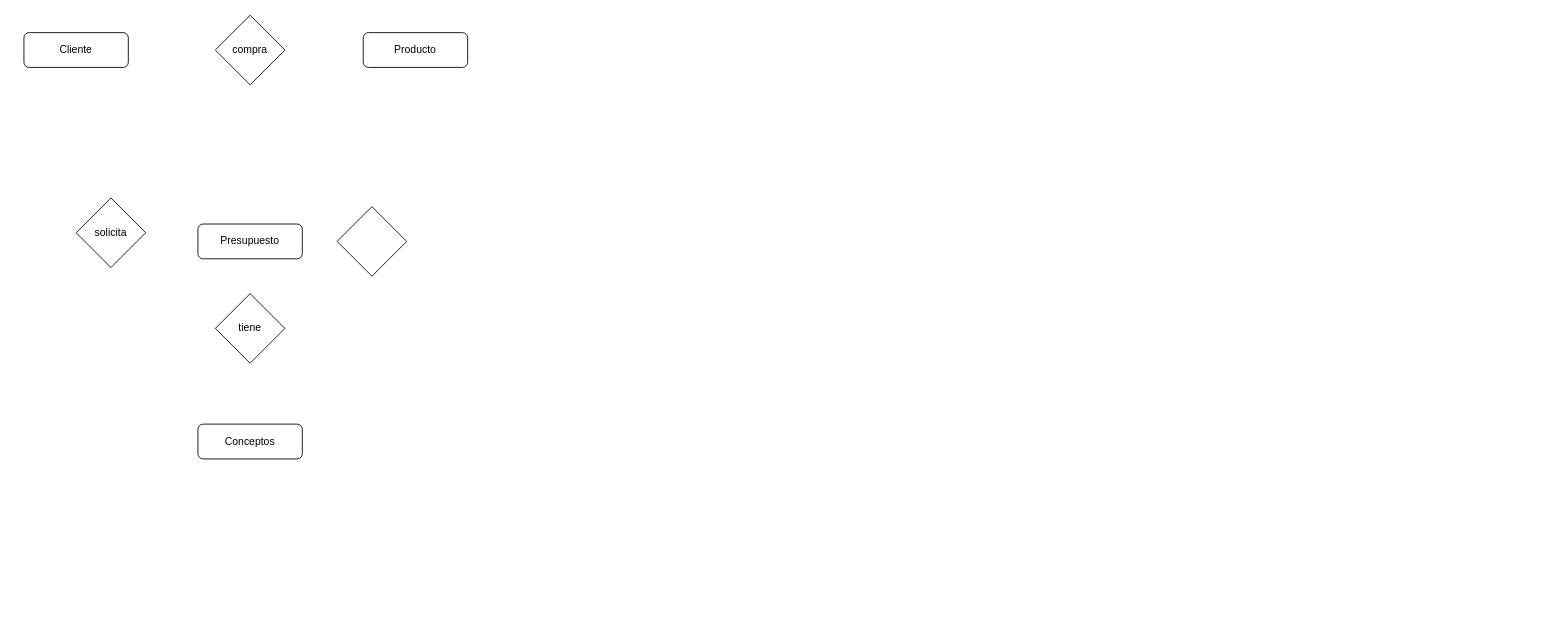
Earlier version of the draw.io diagram Estudio_fotografico(ER).drawio (IvanDanielCaballero/Estudio_fotografico). Source tidied: cells renumbered, new cells numbered last; positions are measured from the earlier drawing's top-left corner, leaving out a move shared by most shapes. Both pictures are drawn from the tidied source at 87%, with x=0, y=0 at pixel (23, 15).
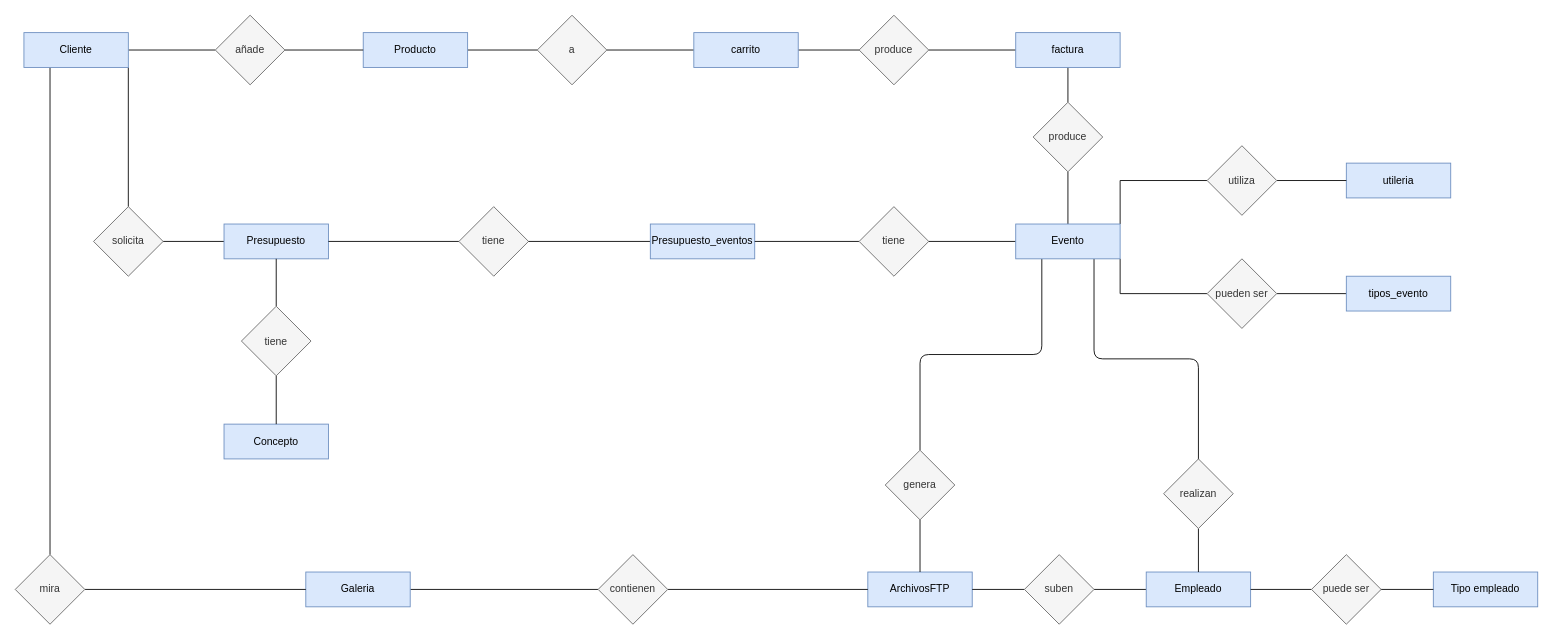
After the change.

The edit, as a diff of the source:
```diff
@@
+    <mxCell id="10" style="edgeStyle=orthogonalEdgeStyle;rounded=0;jettySize=auto;html=1;exitX=1;exitY=0.5;exitDx=0;exitDy=0;entryX=0;entryY=0.5;entryDx=0;entryDy=0;endArrow=none;endFill=0;" parent="1" edge="1" source="2" target="6">
+      <mxGeometry relative="1" as="geometry" />
+    </mxCell>
+    <mxCell id="11" style="edgeStyle=orthogonalEdgeStyle;rounded=0;jettySize=auto;html=1;exitX=1;exitY=1;exitDx=0;exitDy=0;entryX=0.5;entryY=0;entryDx=0;entryDy=0;endArrow=none;endFill=0;" parent="1" edge="1" source="2" target="7">
+      <mxGeometry relative="1" as="geometry" />
+    </mxCell>
+    <mxCell id="12" style="edgeStyle=orthogonalEdgeStyle;jettySize=auto;html=1;exitX=0.25;exitY=1;exitDx=0;exitDy=0;entryX=0.5;entryY=0;entryDx=0;entryDy=0;endArrow=none;endFill=0;" parent="1" edge="1" source="2" target="48">
+      <mxGeometry relative="1" as="geometry" />
+    </mxCell>
-    <mxCell id="2" value="Cliente" style="rounded=1;whiteSpace=wrap;html=1;fontSize=12;glass=0;strokeWidth=1;shadow=0;" parent="1" vertex="1">
+    <mxCell id="2" value="Cliente" style="rounded=0;whiteSpace=wrap;html=1;fontSize=12;glass=0;strokeWidth=1;shadow=0;fillColor=#dae8fc;strokeColor=#6c8ebf;" parent="1" vertex="1">
       <mxGeometry y="20" width="120" height="40" as="geometry" />
     </mxCell>
+    <mxCell id="13" style="edgeStyle=orthogonalEdgeStyle;rounded=0;jettySize=auto;html=1;exitX=1;exitY=0.5;exitDx=0;exitDy=0;entryX=0;entryY=0.5;entryDx=0;entryDy=0;endArrow=none;endFill=0;" parent="1" edge="1" source="3" target="20">
+      <mxGeometry relative="1" as="geometry" />
+    </mxCell>
-    <mxCell id="3" value="Producto" style="rounded=1;whiteSpace=wrap;html=1;fontSize=12;glass=0;strokeWidth=1;shadow=0;" parent="1" vertex="1">
+    <mxCell id="3" value="Producto" style="rounded=0;whiteSpace=wrap;html=1;fontSize=12;glass=0;strokeWidth=1;shadow=0;fillColor=#dae8fc;strokeColor=#6c8ebf;" parent="1" vertex="1">
       <mxGeometry x="390" y="20" width="120" height="40" as="geometry" />
     </mxCell>
-    <mxCell id="4" value="Conceptos" style="rounded=1;whiteSpace=wrap;html=1;fontSize=12;glass=0;strokeWidth=1;shadow=0;" parent="1" vertex="1">
-      <mxGeometry x="200" y="470" width="120" height="40" as="geometry" />
+    <mxCell id="4" value="Concepto" style="rounded=0;whiteSpace=wrap;html=1;fontSize=12;glass=0;strokeWidth=1;shadow=0;fillColor=#dae8fc;strokeColor=#6c8ebf;" parent="1" vertex="1">
+      <mxGeometry x="230" y="470" width="120" height="40" as="geometry" />
     </mxCell>
+    <mxCell id="14" style="edgeStyle=orthogonalEdgeStyle;rounded=0;jettySize=auto;html=1;exitX=0;exitY=0.5;exitDx=0;exitDy=0;entryX=1;entryY=0.5;entryDx=0;entryDy=0;endArrow=none;endFill=0;" parent="1" edge="1" source="5" target="7">
+      <mxGeometry relative="1" as="geometry" />
+    </mxCell>
-    <mxCell id="5" value="Presupuesto" style="rounded=1;whiteSpace=wrap;html=1;fontSize=12;glass=0;strokeWidth=1;shadow=0;" parent="1" vertex="1">
-      <mxGeometry x="200" y="240" width="120" height="40" as="geometry" />
+    <mxCell id="5" value="Presupuesto" style="rounded=0;whiteSpace=wrap;html=1;fontSize=12;glass=0;strokeWidth=1;shadow=0;fillColor=#dae8fc;strokeColor=#6c8ebf;" parent="1" vertex="1">
+      <mxGeometry x="230" y="240" width="120" height="40" as="geometry" />
     </mxCell>
+    <mxCell id="15" style="edgeStyle=orthogonalEdgeStyle;rounded=0;jettySize=auto;html=1;exitX=1;exitY=0.5;exitDx=0;exitDy=0;entryX=0;entryY=0.5;entryDx=0;entryDy=0;endArrow=none;endFill=0;" parent="1" edge="1" source="6" target="3">
+      <mxGeometry relative="1" as="geometry" />
+    </mxCell>
-    <mxCell id="6" value="compra" style="rhombus;whiteSpace=wrap;html=1;" parent="1" vertex="1">
+    <mxCell id="6" value="añade" style="rhombus;whiteSpace=wrap;html=1;rounded=0;fillColor=#f5f5f5;fontColor=#333333;strokeColor=#666666;" parent="1" vertex="1">
       <mxGeometry x="220" width="80" height="80" as="geometry" />
     </mxCell>
-    <mxCell id="7" value="solicita" style="rhombus;whiteSpace=wrap;html=1;" parent="1" vertex="1">
-      <mxGeometry x="60" y="210" width="80" height="80" as="geometry" />
+    <mxCell id="7" value="solicita" style="rhombus;whiteSpace=wrap;html=1;rounded=0;fillColor=#f5f5f5;fontColor=#333333;strokeColor=#666666;" parent="1" vertex="1">
+      <mxGeometry x="80" y="220" width="80" height="80" as="geometry" />
     </mxCell>
+    <mxCell id="16" style="edgeStyle=orthogonalEdgeStyle;rounded=0;jettySize=auto;html=1;exitX=0.5;exitY=1;exitDx=0;exitDy=0;entryX=0.5;entryY=0;entryDx=0;entryDy=0;endArrow=none;endFill=0;" parent="1" edge="1" source="8" target="4">
+      <mxGeometry relative="1" as="geometry" />
+    </mxCell>
+    <mxCell id="17" style="edgeStyle=orthogonalEdgeStyle;rounded=0;jettySize=auto;html=1;exitX=0.5;exitY=0;exitDx=0;exitDy=0;entryX=0.5;entryY=1;entryDx=0;entryDy=0;endArrow=none;endFill=0;" parent="1" edge="1" source="8" target="5">
+      <mxGeometry relative="1" as="geometry" />
+    </mxCell>
-    <mxCell id="8" value="tiene" style="rhombus;whiteSpace=wrap;html=1;" parent="1" vertex="1">
-      <mxGeometry x="220" y="320" width="80" height="80" as="geometry" />
+    <mxCell id="8" value="tiene" style="rhombus;whiteSpace=wrap;html=1;rounded=0;fillColor=#f5f5f5;fontColor=#333333;strokeColor=#666666;" parent="1" vertex="1">
+      <mxGeometry x="250" y="334.5" width="80" height="80" as="geometry" />
     </mxCell>
+    <mxCell id="18" style="edgeStyle=orthogonalEdgeStyle;rounded=0;jettySize=auto;html=1;exitX=0;exitY=0.5;exitDx=0;exitDy=0;entryX=1;entryY=0.5;entryDx=0;entryDy=0;endArrow=none;endFill=0;" parent="1" edge="1" source="9" target="5">
+      <mxGeometry relative="1" as="geometry" />
+    </mxCell>
-    <mxCell id="9" style="rhombus;whiteSpace=wrap;html=1;" parent="1" vertex="1">
-      <mxGeometry x="360" y="220" width="80" height="80" as="geometry" />
+    <mxCell id="9" value="tiene" style="rhombus;whiteSpace=wrap;html=1;rounded=0;fillColor=#f5f5f5;fontColor=#333333;strokeColor=#666666;" parent="1" vertex="1">
+      <mxGeometry x="500" y="220" width="80" height="80" as="geometry" />
     </mxCell>
+    <mxCell id="19" style="edgeStyle=orthogonalEdgeStyle;rounded=0;jettySize=auto;html=1;exitX=1;exitY=0.5;exitDx=0;exitDy=0;entryX=0;entryY=0.5;entryDx=0;entryDy=0;endArrow=none;endFill=0;" parent="1" edge="1" source="20" target="22">
+      <mxGeometry relative="1" as="geometry" />
+    </mxCell>
+    <mxCell id="20" value="&lt;div&gt;a&lt;/div&gt;" style="rhombus;whiteSpace=wrap;html=1;rounded=0;fillColor=#f5f5f5;fontColor=#333333;strokeColor=#666666;" parent="1" vertex="1">
+      <mxGeometry x="590" width="80" height="80" as="geometry" />
+    </mxCell>
+    <mxCell id="21" style="edgeStyle=orthogonalEdgeStyle;rounded=0;jettySize=auto;html=1;exitX=1;exitY=0.5;exitDx=0;exitDy=0;endArrow=none;endFill=0;" parent="1" edge="1" source="22" target="24">
+      <mxGeometry relative="1" as="geometry" />
+    </mxCell>
+    <mxCell id="22" value="carrito" style="rounded=0;whiteSpace=wrap;html=1;fontSize=12;glass=0;strokeWidth=1;shadow=0;fillColor=#dae8fc;strokeColor=#6c8ebf;" parent="1" vertex="1">
+      <mxGeometry x="770" y="20" width="120" height="40" as="geometry" />
+    </mxCell>
+    <mxCell id="23" style="edgeStyle=orthogonalEdgeStyle;rounded=0;jettySize=auto;html=1;exitX=1;exitY=0.5;exitDx=0;exitDy=0;endArrow=none;endFill=0;" parent="1" edge="1" source="24" target="26">
+      <mxGeometry relative="1" as="geometry" />
+    </mxCell>
+    <mxCell id="24" value="produce" style="rhombus;whiteSpace=wrap;html=1;rounded=0;fillColor=#f5f5f5;fontColor=#333333;strokeColor=#666666;" parent="1" vertex="1">
+      <mxGeometry x="960" width="80" height="80" as="geometry" />
+    </mxCell>
+    <mxCell id="25" style="edgeStyle=orthogonalEdgeStyle;rounded=0;jettySize=auto;html=1;exitX=0.5;exitY=1;exitDx=0;exitDy=0;entryX=0.5;entryY=0;entryDx=0;entryDy=0;endArrow=none;endFill=0;" parent="1" edge="1" source="26" target="38">
+      <mxGeometry relative="1" as="geometry" />
+    </mxCell>
+    <mxCell id="26" value="factura" style="rounded=0;whiteSpace=wrap;html=1;fontSize=12;glass=0;strokeWidth=1;shadow=0;fillColor=#dae8fc;strokeColor=#6c8ebf;" parent="1" vertex="1">
+      <mxGeometry x="1140" y="20" width="120" height="40" as="geometry" />
+    </mxCell>
+    <mxCell id="27" style="edgeStyle=orthogonalEdgeStyle;rounded=0;jettySize=auto;html=1;exitX=0;exitY=0.5;exitDx=0;exitDy=0;entryX=1;entryY=0.5;entryDx=0;entryDy=0;endArrow=none;endFill=0;" parent="1" edge="1" source="28" target="9">
+      <mxGeometry relative="1" as="geometry" />
+    </mxCell>
+    <mxCell id="28" value="Presupuesto_eventos" style="rounded=0;whiteSpace=wrap;html=1;fontSize=12;glass=0;strokeWidth=1;shadow=0;fillColor=#dae8fc;strokeColor=#6c8ebf;" parent="1" vertex="1">
+      <mxGeometry x="720" y="240" width="120" height="40" as="geometry" />
+    </mxCell>
+    <mxCell id="29" style="edgeStyle=orthogonalEdgeStyle;rounded=0;jettySize=auto;html=1;exitX=0;exitY=0.5;exitDx=0;exitDy=0;entryX=1;entryY=0.5;entryDx=0;entryDy=0;endArrow=none;endFill=0;" parent="1" edge="1" source="30" target="28">
+      <mxGeometry relative="1" as="geometry" />
+    </mxCell>
+    <mxCell id="30" value="tiene" style="rhombus;whiteSpace=wrap;html=1;rounded=0;fillColor=#f5f5f5;fontColor=#333333;strokeColor=#666666;" parent="1" vertex="1">
+      <mxGeometry x="960" y="220" width="80" height="80" as="geometry" />
+    </mxCell>
+    <mxCell id="31" style="edgeStyle=orthogonalEdgeStyle;rounded=0;jettySize=auto;html=1;exitX=0.5;exitY=0;exitDx=0;exitDy=0;entryX=0.5;entryY=1;entryDx=0;entryDy=0;endArrow=none;endFill=0;" parent="1" edge="1" source="37" target="38">
+      <mxGeometry relative="1" as="geometry" />
+    </mxCell>
+    <mxCell id="32" style="edgeStyle=orthogonalEdgeStyle;rounded=0;jettySize=auto;html=1;exitX=1;exitY=0;exitDx=0;exitDy=0;entryX=0;entryY=0.5;entryDx=0;entryDy=0;endArrow=none;endFill=0;" parent="1" edge="1" source="37" target="41">
+      <mxGeometry relative="1" as="geometry" />
+    </mxCell>
+    <mxCell id="33" style="edgeStyle=orthogonalEdgeStyle;rounded=0;jettySize=auto;html=1;exitX=1;exitY=1;exitDx=0;exitDy=0;entryX=0;entryY=0.5;entryDx=0;entryDy=0;endArrow=none;endFill=0;" parent="1" edge="1" source="37" target="43">
+      <mxGeometry relative="1" as="geometry" />
+    </mxCell>
+    <mxCell id="34" style="edgeStyle=orthogonalEdgeStyle;rounded=0;jettySize=auto;html=1;exitX=0;exitY=0.5;exitDx=0;exitDy=0;entryX=1;entryY=0.5;entryDx=0;entryDy=0;endArrow=none;endFill=0;" parent="1" edge="1" source="37" target="30">
+      <mxGeometry relative="1" as="geometry" />
+    </mxCell>
+    <mxCell id="35" style="edgeStyle=orthogonalEdgeStyle;jettySize=auto;html=1;exitX=0.75;exitY=1;exitDx=0;exitDy=0;entryX=0.5;entryY=0;entryDx=0;entryDy=0;endArrow=none;endFill=0;" parent="1" edge="1" source="37" target="61">
+      <mxGeometry relative="1" as="geometry" />
+    </mxCell>
+    <mxCell id="36" style="edgeStyle=orthogonalEdgeStyle;jettySize=auto;html=1;exitX=0.25;exitY=1;exitDx=0;exitDy=0;entryX=0.5;entryY=0;entryDx=0;entryDy=0;endArrow=none;endFill=0;" parent="1" edge="1" source="37" target="59">
+      <mxGeometry relative="1" as="geometry" />
+    </mxCell>
+    <mxCell id="37" value="Evento" style="rounded=0;whiteSpace=wrap;html=1;fontSize=12;glass=0;strokeWidth=1;shadow=0;fillColor=#dae8fc;strokeColor=#6c8ebf;" parent="1" vertex="1">
+      <mxGeometry x="1140" y="240" width="120" height="40" as="geometry" />
+    </mxCell>
+    <mxCell id="38" value="produce" style="rhombus;whiteSpace=wrap;html=1;rounded=0;fillColor=#f5f5f5;fontColor=#333333;strokeColor=#666666;" parent="1" vertex="1">
+      <mxGeometry x="1160" y="100" width="80" height="80" as="geometry" />
+    </mxCell>
+    <mxCell id="39" value="utileria" style="rounded=0;whiteSpace=wrap;html=1;fontSize=12;glass=0;strokeWidth=1;shadow=0;fillColor=#dae8fc;strokeColor=#6c8ebf;" parent="1" vertex="1">
+      <mxGeometry x="1520" y="170" width="120" height="40" as="geometry" />
+    </mxCell>
+    <mxCell id="40" style="edgeStyle=orthogonalEdgeStyle;rounded=0;jettySize=auto;html=1;exitX=1;exitY=0.5;exitDx=0;exitDy=0;entryX=0;entryY=0.5;entryDx=0;entryDy=0;endArrow=none;endFill=0;" parent="1" edge="1" source="41" target="39">
+      <mxGeometry relative="1" as="geometry" />
+    </mxCell>
+    <mxCell id="41" value="utiliza" style="rhombus;whiteSpace=wrap;html=1;rounded=0;fillColor=#f5f5f5;fontColor=#333333;strokeColor=#666666;" parent="1" vertex="1">
+      <mxGeometry x="1360" y="150" width="80" height="80" as="geometry" />
+    </mxCell>
+    <mxCell id="42" style="edgeStyle=orthogonalEdgeStyle;rounded=0;jettySize=auto;html=1;exitX=1;exitY=0.5;exitDx=0;exitDy=0;entryX=0;entryY=0.5;entryDx=0;entryDy=0;endArrow=none;endFill=0;" parent="1" edge="1" source="43" target="44">
+      <mxGeometry relative="1" as="geometry" />
+    </mxCell>
+    <mxCell id="43" value="pueden ser" style="rhombus;whiteSpace=wrap;html=1;rounded=0;fillColor=#f5f5f5;fontColor=#333333;strokeColor=#666666;" parent="1" vertex="1">
+      <mxGeometry x="1360" y="280" width="80" height="80" as="geometry" />
+    </mxCell>
+    <mxCell id="44" value="tipos_evento" style="rounded=0;whiteSpace=wrap;html=1;fontSize=12;glass=0;strokeWidth=1;shadow=0;fillColor=#dae8fc;strokeColor=#6c8ebf;" parent="1" vertex="1">
+      <mxGeometry x="1520" y="300" width="120" height="40" as="geometry" />
+    </mxCell>
+    <mxCell id="45" style="edgeStyle=orthogonalEdgeStyle;jettySize=auto;html=1;exitX=1;exitY=0.5;exitDx=0;exitDy=0;entryX=0;entryY=0.5;entryDx=0;entryDy=0;endArrow=none;endFill=0;" parent="1" edge="1" source="46" target="54">
+      <mxGeometry relative="1" as="geometry" />
+    </mxCell>
+    <mxCell id="46" value="Galeria" style="rounded=0;whiteSpace=wrap;html=1;fontSize=12;glass=0;strokeWidth=1;shadow=0;fillColor=#dae8fc;strokeColor=#6c8ebf;" parent="1" vertex="1">
+      <mxGeometry x="324" y="640" width="120" height="40" as="geometry" />
+    </mxCell>
+    <mxCell id="47" style="edgeStyle=orthogonalEdgeStyle;jettySize=auto;html=1;exitX=1;exitY=0.5;exitDx=0;exitDy=0;endArrow=none;endFill=0;" parent="1" edge="1" source="48" target="46">
+      <mxGeometry relative="1" as="geometry" />
+    </mxCell>
+    <mxCell id="48" value="mira" style="rhombus;whiteSpace=wrap;html=1;fillColor=#f5f5f5;fontColor=#333333;strokeColor=#666666;" parent="1" vertex="1">
+      <mxGeometry x="-10" y="620" width="80" height="80" as="geometry" />
+    </mxCell>
+    <mxCell id="49" value="ArchivosFTP" style="rounded=0;whiteSpace=wrap;html=1;fontSize=12;glass=0;strokeWidth=1;shadow=0;fillColor=#dae8fc;strokeColor=#6c8ebf;" parent="1" vertex="1">
+      <mxGeometry x="970" y="640" width="120" height="40" as="geometry" />
+    </mxCell>
+    <mxCell id="50" value="Tipo empleado" style="rounded=0;whiteSpace=wrap;html=1;fontSize=12;glass=0;strokeWidth=1;shadow=0;fillColor=#dae8fc;strokeColor=#6c8ebf;" parent="1" vertex="1">
+      <mxGeometry x="1620" y="640" width="120" height="40" as="geometry" />
+    </mxCell>
+    <mxCell id="51" style="edgeStyle=orthogonalEdgeStyle;jettySize=auto;html=1;exitX=0;exitY=0.5;exitDx=0;exitDy=0;entryX=1;entryY=0.5;entryDx=0;entryDy=0;endArrow=none;endFill=0;" parent="1" edge="1" source="52" target="63">
+      <mxGeometry relative="1" as="geometry" />
+    </mxCell>
+    <mxCell id="52" value="Empleado" style="rounded=0;whiteSpace=wrap;html=1;fontSize=12;glass=0;strokeWidth=1;shadow=0;fillColor=#dae8fc;strokeColor=#6c8ebf;" parent="1" vertex="1">
+      <mxGeometry x="1290" y="640" width="120" height="40" as="geometry" />
+    </mxCell>
+    <mxCell id="53" style="edgeStyle=orthogonalEdgeStyle;jettySize=auto;html=1;exitX=1;exitY=0.5;exitDx=0;exitDy=0;entryX=0;entryY=0.5;entryDx=0;entryDy=0;endArrow=none;endFill=0;" parent="1" edge="1" source="54" target="49">
+      <mxGeometry relative="1" as="geometry" />
+    </mxCell>
+    <mxCell id="54" value="contienen" style="rhombus;whiteSpace=wrap;html=1;fillColor=#f5f5f5;fontColor=#333333;strokeColor=#666666;" parent="1" vertex="1">
+      <mxGeometry x="660" y="620" width="80" height="80" as="geometry" />
+    </mxCell>
+    <mxCell id="55" style="edgeStyle=orthogonalEdgeStyle;jettySize=auto;html=1;exitX=1;exitY=0.5;exitDx=0;exitDy=0;endArrow=none;endFill=0;" parent="1" edge="1" source="57" target="50">
+      <mxGeometry relative="1" as="geometry" />
+    </mxCell>
+    <mxCell id="56" style="edgeStyle=orthogonalEdgeStyle;jettySize=auto;html=1;exitX=0;exitY=0.5;exitDx=0;exitDy=0;entryX=1;entryY=0.5;entryDx=0;entryDy=0;endArrow=none;endFill=0;" parent="1" edge="1" source="57" target="52">
+      <mxGeometry relative="1" as="geometry" />
+    </mxCell>
+    <mxCell id="57" value="puede ser" style="rhombus;whiteSpace=wrap;html=1;fillColor=#f5f5f5;fontColor=#333333;strokeColor=#666666;" parent="1" vertex="1">
+      <mxGeometry x="1480" y="620" width="80" height="80" as="geometry" />
+    </mxCell>
+    <mxCell id="58" style="edgeStyle=orthogonalEdgeStyle;jettySize=auto;html=1;exitX=0.5;exitY=1;exitDx=0;exitDy=0;entryX=0.5;entryY=0;entryDx=0;entryDy=0;endArrow=none;endFill=0;" parent="1" edge="1" source="59" target="49">
+      <mxGeometry relative="1" as="geometry" />
+    </mxCell>
+    <mxCell id="59" value="genera" style="rhombus;whiteSpace=wrap;html=1;fillColor=#f5f5f5;fontColor=#333333;strokeColor=#666666;" parent="1" vertex="1">
+      <mxGeometry x="990" y="500" width="80" height="80" as="geometry" />
+    </mxCell>
+    <mxCell id="60" style="edgeStyle=orthogonalEdgeStyle;jettySize=auto;html=1;exitX=0.5;exitY=1;exitDx=0;exitDy=0;entryX=0.5;entryY=0;entryDx=0;entryDy=0;endArrow=none;endFill=0;" parent="1" edge="1" source="61" target="52">
+      <mxGeometry relative="1" as="geometry" />
+    </mxCell>
+    <mxCell id="61" value="realizan" style="rhombus;whiteSpace=wrap;html=1;fillColor=#f5f5f5;fontColor=#333333;strokeColor=#666666;" parent="1" vertex="1">
+      <mxGeometry x="1310" y="510" width="80" height="80" as="geometry" />
+    </mxCell>
+    <mxCell id="62" style="edgeStyle=orthogonalEdgeStyle;jettySize=auto;html=1;exitX=0;exitY=0.5;exitDx=0;exitDy=0;endArrow=none;endFill=0;" parent="1" edge="1" source="63" target="49">
+      <mxGeometry relative="1" as="geometry" />
+    </mxCell>
+    <mxCell id="63" value="suben" style="rhombus;whiteSpace=wrap;html=1;fillColor=#f5f5f5;fontColor=#333333;strokeColor=#666666;" parent="1" vertex="1">
+      <mxGeometry x="1150" y="620" width="80" height="80" as="geometry" />
+    </mxCell>
```
